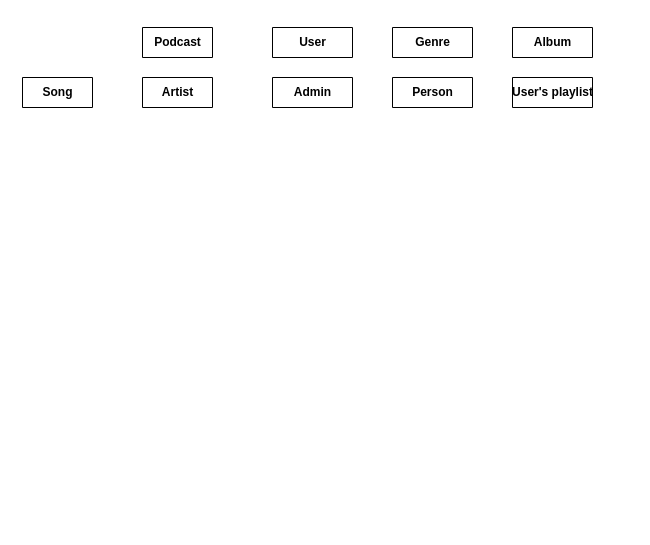
marsek4/database keeps this draw.io diagram as Диаграмма без названия.drawio. Above is the earlier version. Source tidied: cells renumbered, new cells numbered last; positions are measured from the earlier drawing's top-left corner, leaving out a move shared by most shapes. Both pictures are drawn from the tidied source at 100%, with x=0, y=0 at pixel (22, 27).
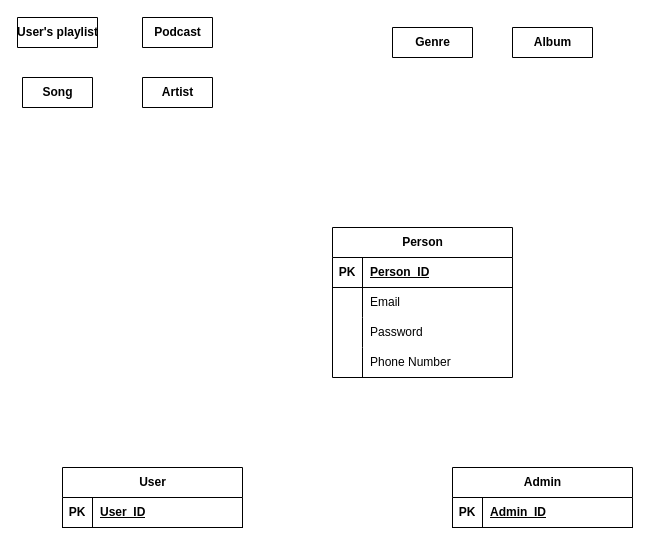
After the change.

What changed in the source:
```diff
@@
-    <mxCell id="4" value="Admin" style="shape=table;startSize=30;childLayout=tableLayout;rowLines=0;fontStyle=1;align=center;html=1;" parent="1" vertex="1" collapsed="1">
-      <mxGeometry x="250" y="50" width="80" height="30" as="geometry" />
+    <mxCell id="4" value="Admin" style="shape=table;startSize=30;childLayout=tableLayout;rowLines=0;fontStyle=1;align=center;html=1;" parent="1" vertex="1">
+      <mxGeometry x="430" y="440" width="180" height="60" as="geometry" />
     </mxCell>
+    <mxCell id="11" style="shape=tableRow;horizontal=0;startSize=0;swimlaneHead=0;swimlaneBody=0;fillColor=none;top=0;left=0;right=0;bottom=1;" parent="4" vertex="1">
+      <mxGeometry y="30" width="180" height="30" as="geometry" />
+    </mxCell>
+    <mxCell id="12" value="PK" style="shape=partialRectangle;fillColor=none;top=0;left=0;bottom=0;right=0;fontStyle=1;overflow=hidden;whiteSpace=wrap;html=1;" parent="11" vertex="1">
+      <mxGeometry width="30" height="30" as="geometry" />
+    </mxCell>
+    <mxCell id="13" value="Admin_ID" style="shape=partialRectangle;fillColor=none;top=0;left=0;bottom=0;right=0;align=left;spacingLeft=6;fontStyle=5;overflow=hidden;whiteSpace=wrap;html=1;" parent="11" vertex="1">
+      <mxGeometry x="30" width="150" height="30" as="geometry" />
+    </mxCell>
-    <mxCell id="5" value="Person" style="shape=table;startSize=30;childLayout=tableLayout;rowLines=0;fontStyle=1;align=center;html=1;" parent="1" vertex="1" collapsed="1">
-      <mxGeometry x="370" y="50" width="80" height="30" as="geometry" />
+    <mxCell id="5" value="Person" style="shape=table;startSize=30;childLayout=tableLayout;rowLines=0;fontStyle=1;align=center;html=1;" parent="1" vertex="1">
+      <mxGeometry x="310" y="200" width="180" height="150" as="geometry" />
     </mxCell>
+    <mxCell id="14" style="shape=tableRow;horizontal=0;startSize=0;swimlaneHead=0;swimlaneBody=0;fillColor=none;top=0;left=0;right=0;bottom=1;" parent="5" vertex="1">
+      <mxGeometry y="30" width="180" height="30" as="geometry" />
+    </mxCell>
+    <mxCell id="15" value="PK" style="shape=partialRectangle;fillColor=none;top=0;left=0;bottom=0;right=0;fontStyle=1;overflow=hidden;whiteSpace=wrap;html=1;" parent="14" vertex="1">
+      <mxGeometry width="30" height="30" as="geometry" />
+    </mxCell>
+    <mxCell id="16" value="Person_ID" style="shape=partialRectangle;fillColor=none;top=0;left=0;bottom=0;right=0;align=left;spacingLeft=6;fontStyle=5;overflow=hidden;whiteSpace=wrap;html=1;" parent="14" vertex="1">
+      <mxGeometry x="30" width="150" height="30" as="geometry" />
+    </mxCell>
+    <mxCell id="17" style="shape=tableRow;horizontal=0;startSize=0;swimlaneHead=0;swimlaneBody=0;fillColor=none;top=0;left=0;right=0;bottom=0;" parent="5" vertex="1">
+      <mxGeometry y="60" width="180" height="30" as="geometry" />
+    </mxCell>
+    <mxCell id="18" style="shape=partialRectangle;fillColor=none;top=0;left=0;bottom=0;right=0;overflow=hidden;whiteSpace=wrap;html=1;" parent="17" vertex="1">
+      <mxGeometry width="30" height="30" as="geometry" />
+    </mxCell>
+    <mxCell id="19" value="Email" style="shape=partialRectangle;fillColor=none;top=0;left=0;bottom=0;right=0;align=left;spacingLeft=6;overflow=hidden;whiteSpace=wrap;html=1;" parent="17" vertex="1">
+      <mxGeometry x="30" width="150" height="30" as="geometry" />
+    </mxCell>
+    <mxCell id="20" style="shape=tableRow;horizontal=0;startSize=0;swimlaneHead=0;swimlaneBody=0;fillColor=none;top=0;left=0;right=0;bottom=0;" parent="5" vertex="1">
+      <mxGeometry y="90" width="180" height="30" as="geometry" />
+    </mxCell>
+    <mxCell id="21" style="shape=partialRectangle;fillColor=none;top=0;left=0;bottom=0;right=0;overflow=hidden;whiteSpace=wrap;html=1;" parent="20" vertex="1">
+      <mxGeometry width="30" height="30" as="geometry" />
+    </mxCell>
+    <mxCell id="22" value="Password" style="shape=partialRectangle;fillColor=none;top=0;left=0;bottom=0;right=0;align=left;spacingLeft=6;overflow=hidden;whiteSpace=wrap;html=1;" parent="20" vertex="1">
+      <mxGeometry x="30" width="150" height="30" as="geometry" />
+    </mxCell>
+    <mxCell id="23" style="shape=tableRow;horizontal=0;startSize=0;swimlaneHead=0;swimlaneBody=0;fillColor=none;top=0;left=0;right=0;bottom=0;" parent="5" vertex="1">
+      <mxGeometry y="120" width="180" height="30" as="geometry" />
+    </mxCell>
+    <mxCell id="24" style="shape=partialRectangle;fillColor=none;top=0;left=0;bottom=0;right=0;overflow=hidden;whiteSpace=wrap;html=1;" parent="23" vertex="1">
+      <mxGeometry width="30" height="30" as="geometry" />
+    </mxCell>
+    <mxCell id="25" value="Phone Number" style="shape=partialRectangle;fillColor=none;top=0;left=0;bottom=0;right=0;align=left;spacingLeft=6;overflow=hidden;whiteSpace=wrap;html=1;" parent="23" vertex="1">
+      <mxGeometry x="30" width="150" height="30" as="geometry" />
+    </mxCell>
-    <mxCell id="6" value="User" style="shape=table;startSize=30;childLayout=tableLayout;rowLines=0;fontStyle=1;align=center;html=1;" parent="1" vertex="1" collapsed="1">
-      <mxGeometry x="250" width="80" height="30" as="geometry" />
+    <mxCell id="6" value="User" style="shape=table;startSize=30;childLayout=tableLayout;rowLines=0;fontStyle=1;align=center;html=1;" parent="1" vertex="1">
+      <mxGeometry x="40" y="440" width="180" height="60" as="geometry" />
     </mxCell>
+    <mxCell id="26" style="shape=tableRow;horizontal=0;startSize=0;swimlaneHead=0;swimlaneBody=0;fillColor=none;top=0;left=0;right=0;bottom=1;" parent="6" vertex="1">
+      <mxGeometry y="30" width="180" height="30" as="geometry" />
+    </mxCell>
+    <mxCell id="27" value="PK" style="shape=partialRectangle;fillColor=none;top=0;left=0;bottom=0;right=0;fontStyle=1;overflow=hidden;whiteSpace=wrap;html=1;" parent="26" vertex="1">
+      <mxGeometry width="30" height="30" as="geometry" />
+    </mxCell>
+    <mxCell id="28" value="User_ID" style="shape=partialRectangle;fillColor=none;top=0;left=0;bottom=0;right=0;align=left;spacingLeft=6;fontStyle=5;overflow=hidden;whiteSpace=wrap;html=1;" parent="26" vertex="1">
+      <mxGeometry x="30" width="150" height="30" as="geometry" />
+    </mxCell>
     <mxCell id="7" value="User's playlist" style="shape=table;startSize=30;childLayout=tableLayout;rowLines=0;fontStyle=1;align=center;html=1;" parent="1" vertex="1" collapsed="1">
-      <mxGeometry x="490" y="50" width="80" height="30" as="geometry" />
+      <mxGeometry x="-5" y="-10" width="80" height="30" as="geometry" />
     </mxCell>
@@
     <mxCell id="10" value="Podcast" style="shape=table;startSize=30;childLayout=tableLayout;rowLines=0;fontStyle=1;align=center;html=1;" parent="1" vertex="1" collapsed="1">
-      <mxGeometry x="120" width="70" height="30" as="geometry" />
+      <mxGeometry x="120" y="-10" width="70" height="30" as="geometry" />
     </mxCell>
```
